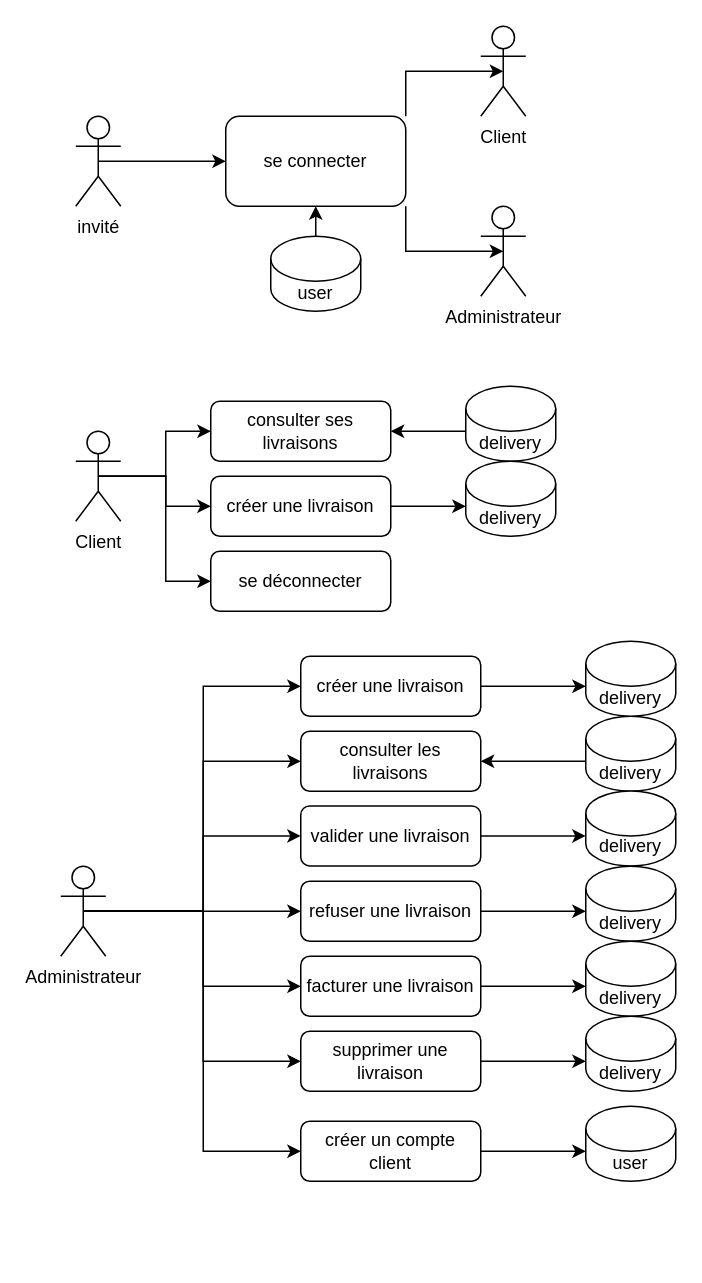
Above: spring-livrai/Diagramme sans nom.drawio in TangiLC/OC-P8_Livrai (draw.io), before the change. Source tidied: cells renumbered, new cells numbered last; positions are measured from the earlier drawing's top-left corner, leaving out a move shared by most shapes. Both pictures are drawn from the tidied source at 150%, with x=0, y=0 at pixel (60, 26).
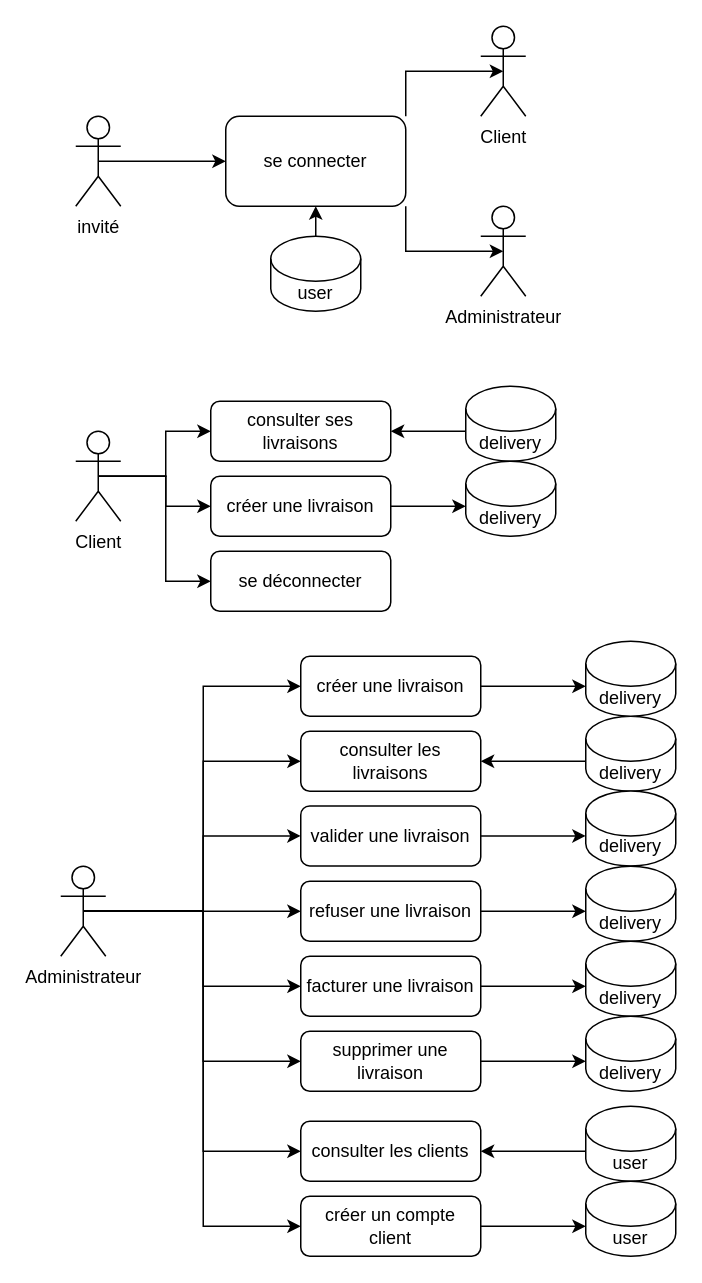
After the change.

Commit message:
Mettre à jour Diagramme sans nom.drawio

The change refers to these unchanged cells:
```xml
<mxCell id="11" value="&lt;div&gt;Administrateur&lt;/div&gt;&lt;div&gt;&lt;br&gt;&lt;/div&gt;" style="shape=umlActor;verticalLabelPosition=bottom;verticalAlign=top;html=1;outlineConnect=0;" parent="1" vertex="1">
  <mxGeometry y="560" width="30" height="60" as="geometry" />
</mxCell>
<mxCell id="34" value="user" style="shape=cylinder3;whiteSpace=wrap;html=1;boundedLbl=1;backgroundOutline=1;size=15;" parent="1" vertex="1">
  <mxGeometry x="350" y="720" width="60" height="50" as="geometry" />
</mxCell>
```

The edit, as a diff of the source:
```diff
@@
-    <mxCell id="25" value="&lt;div&gt;créer un compte client&lt;/div&gt;" style="rounded=1;whiteSpace=wrap;html=1;" parent="1" vertex="1">
+    <mxCell id="25" value="consulter les clients" style="rounded=1;whiteSpace=wrap;html=1;" parent="1" vertex="1">
       <mxGeometry x="160" y="730" width="120" height="40" as="geometry" />
     </mxCell>
@@
-    <mxCell id="35" style="edgeStyle=orthogonalEdgeStyle;rounded=0;jettySize=auto;html=1;entryX=0;entryY=0;entryDx=0;entryDy=30;entryPerimeter=0;startArrow=none;startFill=0;endArrow=classic;endFill=1;exitX=1;exitY=0.5;exitDx=0;exitDy=0;" parent="1" edge="1" source="25" target="34">
+    <mxCell id="35" style="edgeStyle=orthogonalEdgeStyle;rounded=0;jettySize=auto;html=1;entryX=0;entryY=0;entryDx=0;entryDy=30;entryPerimeter=0;startArrow=classic;startFill=1;endArrow=none;endFill=1;exitX=1;exitY=0.5;exitDx=0;exitDy=0;" parent="1" edge="1" source="25" target="34">
       <mxGeometry relative="1" as="geometry" />
     </mxCell>
@@
+    <mxCell id="51" style="edgeStyle=orthogonalEdgeStyle;rounded=0;jettySize=auto;html=1;entryX=0;entryY=0.5;entryDx=0;entryDy=0;exitX=0.5;exitY=0.5;exitDx=0;exitDy=0;exitPerimeter=0;" parent="1" edge="1" source="11" target="52">
+      <mxGeometry relative="1" as="geometry" />
+    </mxCell>
+    <mxCell id="52" value="&lt;div&gt;créer un compte client&lt;/div&gt;" style="rounded=1;whiteSpace=wrap;html=1;" parent="1" vertex="1">
+      <mxGeometry x="160" y="780" width="120" height="40" as="geometry" />
+    </mxCell>
+    <mxCell id="53" value="user" style="shape=cylinder3;whiteSpace=wrap;html=1;boundedLbl=1;backgroundOutline=1;size=15;" parent="1" vertex="1">
+      <mxGeometry x="350" y="770" width="60" height="50" as="geometry" />
+    </mxCell>
+    <mxCell id="54" style="edgeStyle=orthogonalEdgeStyle;rounded=0;jettySize=auto;html=1;entryX=0;entryY=0;entryDx=0;entryDy=30;entryPerimeter=0;startArrow=none;startFill=0;endArrow=classic;endFill=1;exitX=1;exitY=0.5;exitDx=0;exitDy=0;" parent="1" edge="1" source="52" target="53">
+      <mxGeometry relative="1" as="geometry" />
+    </mxCell>
```
